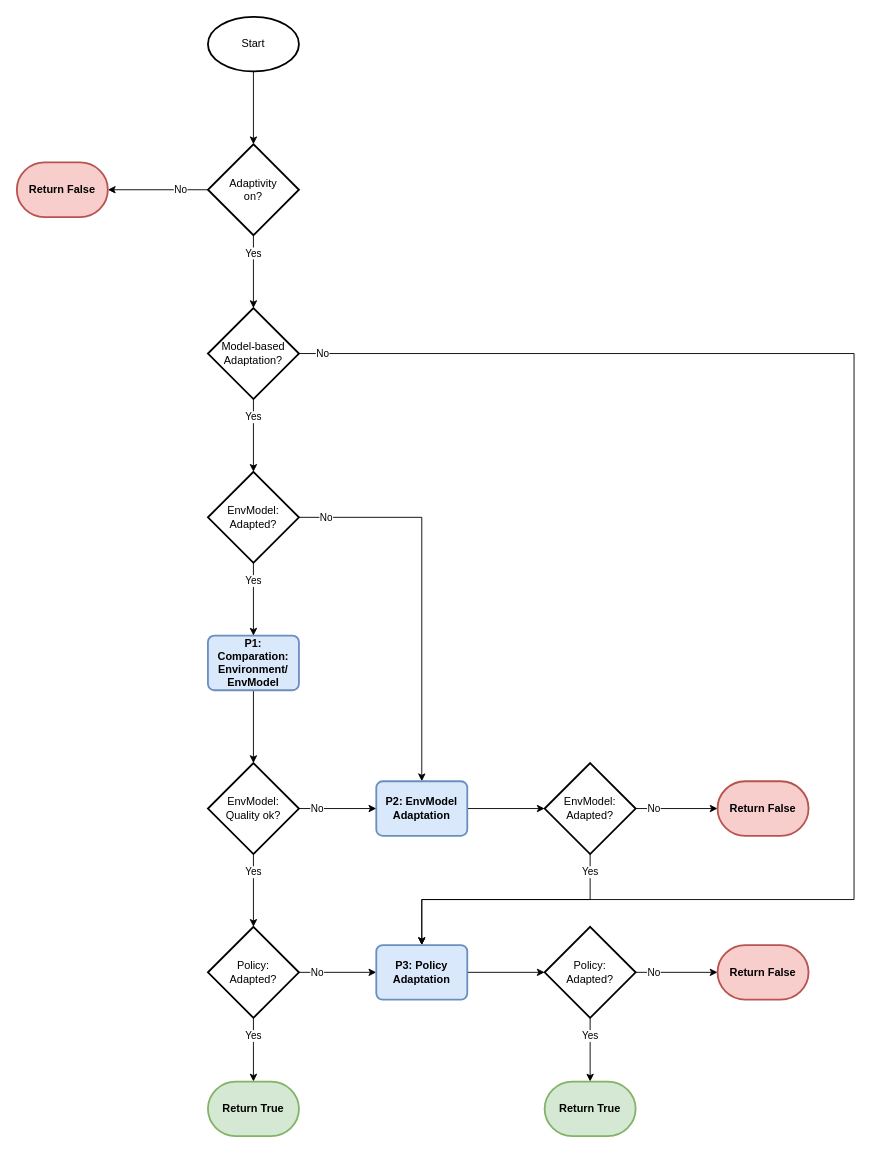
fhswf/MLPro keeps this draw.io diagram as doc/rl/flowchart agent-adapt.drawio. Above is the earlier version. Source tidied: cells renumbered, new cells numbered last; positions are measured from the earlier drawing's top-left corner, leaving out a move shared by most shapes. Both pictures are drawn from the tidied source at 91%, with x=0, y=0 at pixel (16, 16).
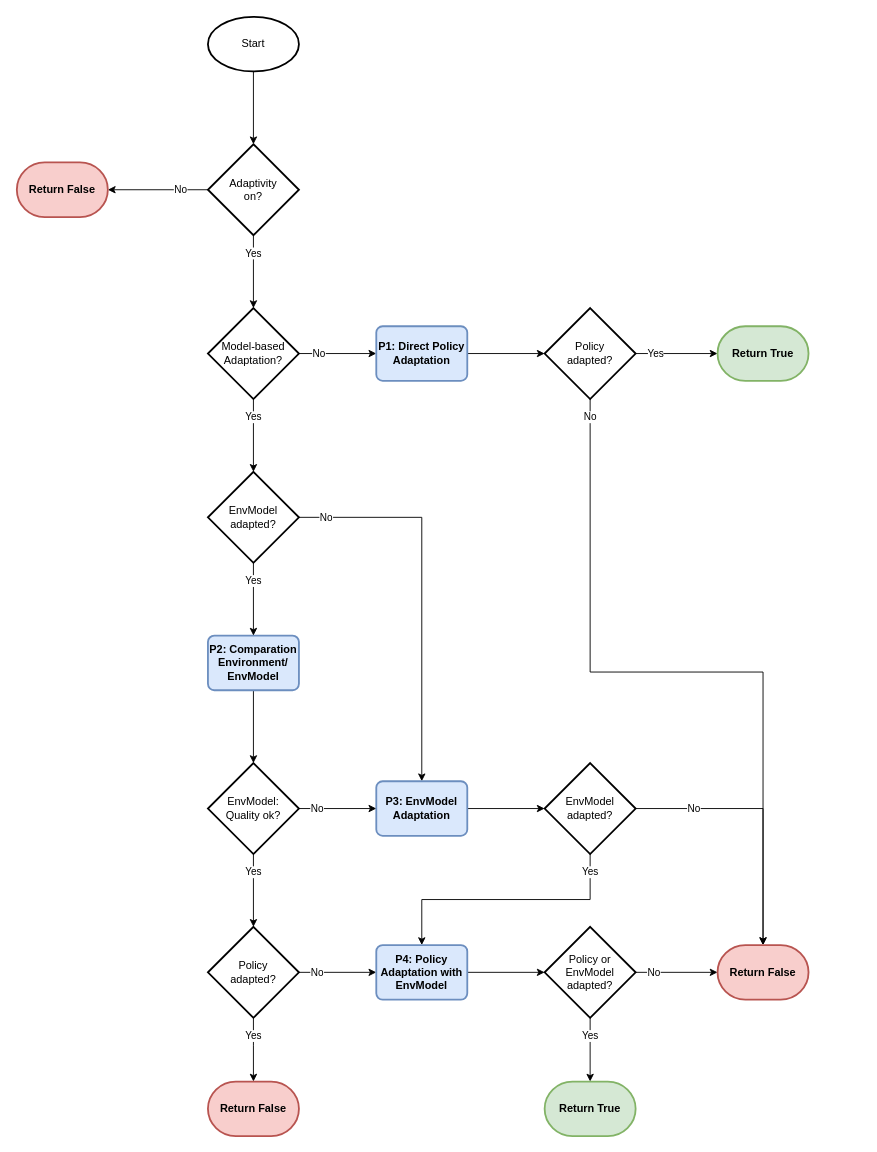
The same page after the edit.

The change refers to these unchanged cells:
```xml
<mxCell id="29" value="Return False" style="strokeWidth=2;html=1;shape=mxgraph.flowchart.terminator;whiteSpace=wrap;fillColor=#f8cecc;strokeColor=#b85450;fontStyle=1;" parent="1" vertex="1">
  <mxGeometry x="770" y="1020" width="100" height="60" as="geometry" />
</mxCell>
<mxCell id="35" value="Model-based&lt;br&gt;Adaptation?" style="strokeWidth=2;html=1;shape=mxgraph.flowchart.decision;whiteSpace=wrap;" parent="1" vertex="1">
  <mxGeometry x="210" y="320" width="100" height="100" as="geometry" />
</mxCell>
```

The edit, as a diff of the source:
```diff
@@
-    <mxCell id="9" value="P1: Comparation:&lt;br&gt;Environment/&lt;br&gt;EnvModel" style="rounded=1;whiteSpace=wrap;html=1;absoluteArcSize=1;arcSize=14;strokeWidth=2;fillColor=#dae8fc;strokeColor=#6c8ebf;fontStyle=1;" parent="1" vertex="1">
+    <mxCell id="9" value="P2: Comparation&lt;br&gt;Environment/&lt;br&gt;EnvModel" style="rounded=1;whiteSpace=wrap;html=1;absoluteArcSize=1;arcSize=14;strokeWidth=2;fillColor=#dae8fc;strokeColor=#6c8ebf;fontStyle=1;" parent="1" vertex="1">
       <mxGeometry x="210" y="680" width="100" height="60" as="geometry" />
     </mxCell>
@@
-    <mxCell id="12" value="EnvModel:&lt;br&gt;Adapted?" style="strokeWidth=2;html=1;shape=mxgraph.flowchart.decision;whiteSpace=wrap;" parent="1" vertex="1">
+    <mxCell id="12" value="EnvModel&lt;br&gt;adapted?" style="strokeWidth=2;html=1;shape=mxgraph.flowchart.decision;whiteSpace=wrap;" parent="1" vertex="1">
       <mxGeometry x="210" y="500" width="100" height="100" as="geometry" />
     </mxCell>
@@
-    <mxCell id="14" value="Yes" style="edgeStyle=orthogonalEdgeStyle;rounded=0;jettySize=auto;html=1;" parent="1" edge="1" source="15" target="26">
+    <mxCell id="14" value="Yes" style="edgeStyle=orthogonalEdgeStyle;rounded=0;jettySize=auto;html=1;" parent="1" edge="1" source="15">
       <mxGeometry x="-0.43" relative="1" as="geometry">
+        <mxPoint x="260" y="1170" as="targetPoint" />
         <Array as="points">
           <mxPoint x="260" y="1130" />
           <mxPoint x="260" y="1130" />
         </Array>
       </mxGeometry>
     </mxCell>
-    <mxCell id="15" value="Policy:&lt;br&gt;Adapted?" style="strokeWidth=2;html=1;shape=mxgraph.flowchart.decision;whiteSpace=wrap;" parent="1" vertex="1">
+    <mxCell id="15" value="Policy&lt;br&gt;adapted?" style="strokeWidth=2;html=1;shape=mxgraph.flowchart.decision;whiteSpace=wrap;" parent="1" vertex="1">
       <mxGeometry x="210" y="1000" width="100" height="100" as="geometry" />
     </mxCell>
-    <mxCell id="16" value="No" style="edgeStyle=orthogonalEdgeStyle;rounded=0;jettySize=auto;html=1;" parent="1" edge="1" source="18" target="27">
+    <mxCell id="16" value="No" style="edgeStyle=orthogonalEdgeStyle;rounded=0;jettySize=auto;html=1;entryX=0.5;entryY=0;entryDx=0;entryDy=0;entryPerimeter=0;" parent="1" edge="1" source="18" target="29">
       <mxGeometry x="-0.56" relative="1" as="geometry" />
     </mxCell>
@@
-    <mxCell id="18" value="EnvModel:&lt;br&gt;Adapted?" style="strokeWidth=2;html=1;shape=mxgraph.flowchart.decision;whiteSpace=wrap;" parent="1" vertex="1">
+    <mxCell id="18" value="EnvModel&lt;br&gt;adapted?" style="strokeWidth=2;html=1;shape=mxgraph.flowchart.decision;whiteSpace=wrap;" parent="1" vertex="1">
       <mxGeometry x="580" y="820" width="100" height="100" as="geometry" />
     </mxCell>
@@
-    <mxCell id="20" value="P2: EnvModel&lt;br&gt;Adaptation" style="rounded=1;whiteSpace=wrap;html=1;absoluteArcSize=1;arcSize=14;strokeWidth=2;fillColor=#dae8fc;strokeColor=#6c8ebf;fontStyle=1;" parent="1" vertex="1">
+    <mxCell id="20" value="P3: EnvModel&lt;br&gt;Adaptation" style="rounded=1;whiteSpace=wrap;html=1;absoluteArcSize=1;arcSize=14;strokeWidth=2;fillColor=#dae8fc;strokeColor=#6c8ebf;fontStyle=1;" parent="1" vertex="1">
       <mxGeometry x="395" y="840" width="100" height="60" as="geometry" />
     </mxCell>
@@
-    <mxCell id="22" value="P3: Policy Adaptation" style="rounded=1;whiteSpace=wrap;html=1;absoluteArcSize=1;arcSize=14;strokeWidth=2;fontStyle=1;fillColor=#dae8fc;strokeColor=#6c8ebf;" parent="1" vertex="1">
+    <mxCell id="22" value="P4: Policy Adaptation with EnvModel" style="rounded=1;whiteSpace=wrap;html=1;absoluteArcSize=1;arcSize=14;strokeWidth=2;fontStyle=1;fillColor=#dae8fc;strokeColor=#6c8ebf;" parent="1" vertex="1">
       <mxGeometry x="395" y="1020" width="100" height="60" as="geometry" />
     </mxCell>
@@
-    <mxCell id="25" value="Policy:&lt;br&gt;Adapted?" style="strokeWidth=2;html=1;shape=mxgraph.flowchart.decision;whiteSpace=wrap;" parent="1" vertex="1">
+    <mxCell id="25" value="Policy or EnvModel&lt;br&gt;adapted?" style="strokeWidth=2;html=1;shape=mxgraph.flowchart.decision;whiteSpace=wrap;" parent="1" vertex="1">
       <mxGeometry x="580" y="1000" width="100" height="100" as="geometry" />
     </mxCell>
-    <mxCell id="26" value="Return True" style="strokeWidth=2;html=1;shape=mxgraph.flowchart.terminator;whiteSpace=wrap;strokeColor=#82b366;fillColor=#d5e8d4;fontStyle=1;" parent="1" vertex="1">
-      <mxGeometry x="210" y="1170" width="100" height="60" as="geometry" />
-    </mxCell>
-    <mxCell id="27" value="Return False" style="strokeWidth=2;html=1;shape=mxgraph.flowchart.terminator;whiteSpace=wrap;fillColor=#f8cecc;strokeColor=#b85450;fontStyle=1;" parent="1" vertex="1">
-      <mxGeometry x="770" y="840" width="100" height="60" as="geometry" />
-    </mxCell>
@@
-    <mxCell id="33" value="Yes" style="edgeStyle=orthogonalEdgeStyle;rounded=0;jettySize=auto;html=1;" parent="1" edge="1" source="35" target="12">
+    <mxCell id="33" value="Yes" style="edgeStyle=orthogonalEdgeStyle;rounded=0;jettySize=auto;html=1;exitX=0.5;exitY=1;exitDx=0;exitDy=0;exitPerimeter=0;" parent="1" edge="1" source="35" target="12">
       <mxGeometry x="-0.5" relative="1" as="geometry" />
     </mxCell>
-    <mxCell id="34" value="No" style="edgeStyle=orthogonalEdgeStyle;rounded=0;jettySize=auto;html=1;entryX=0.5;entryY=0;entryDx=0;entryDy=0;" parent="1" edge="1" source="35" target="22">
-      <mxGeometry x="-0.97" relative="1" as="geometry">
-        <Array as="points">
-          <mxPoint x="920" y="370" />
-          <mxPoint x="920" y="970" />
-          <mxPoint x="445" y="970" />
-        </Array>
-      </mxGeometry>
-    </mxCell>
+    <mxCell id="36" value="No" style="edgeStyle=orthogonalEdgeStyle;rounded=0;jettySize=auto;html=1;" parent="1" edge="1" source="35" target="38">
+      <mxGeometry x="-0.48" relative="1" as="geometry" />
+    </mxCell>
@@
+    <mxCell id="27" value="Return False" style="strokeWidth=2;html=1;shape=mxgraph.flowchart.terminator;whiteSpace=wrap;fillColor=#f8cecc;strokeColor=#b85450;fontStyle=1;" parent="1" vertex="1">
+      <mxGeometry x="210" y="1170" width="100" height="60" as="geometry" />
+    </mxCell>
+    <mxCell id="37" style="edgeStyle=orthogonalEdgeStyle;rounded=0;jettySize=auto;html=1;" parent="1" edge="1" source="38" target="41">
+      <mxGeometry relative="1" as="geometry" />
+    </mxCell>
+    <mxCell id="38" value="P1: Direct Policy Adaptation" style="rounded=1;whiteSpace=wrap;html=1;absoluteArcSize=1;arcSize=14;strokeWidth=2;fontStyle=1;fillColor=#dae8fc;strokeColor=#6c8ebf;" parent="1" vertex="1">
+      <mxGeometry x="395" y="340" width="100" height="60" as="geometry" />
+    </mxCell>
+    <mxCell id="39" value="Yes" style="edgeStyle=orthogonalEdgeStyle;rounded=0;jettySize=auto;html=1;" parent="1" edge="1" source="41" target="26">
+      <mxGeometry x="-0.51" relative="1" as="geometry" />
+    </mxCell>
+    <mxCell id="40" value="No" style="edgeStyle=orthogonalEdgeStyle;rounded=0;jettySize=auto;html=1;entryX=0.5;entryY=0;entryDx=0;entryDy=0;entryPerimeter=0;exitX=0.5;exitY=1;exitDx=0;exitDy=0;exitPerimeter=0;" parent="1" edge="1" source="41" target="29">
+      <mxGeometry x="-0.95" relative="1" as="geometry" />
+    </mxCell>
+    <mxCell id="41" value="Policy &lt;br&gt;adapted?" style="strokeWidth=2;html=1;shape=mxgraph.flowchart.decision;whiteSpace=wrap;" parent="1" vertex="1">
+      <mxGeometry x="580" y="320" width="100" height="100" as="geometry" />
+    </mxCell>
+    <mxCell id="26" value="Return True" style="strokeWidth=2;html=1;shape=mxgraph.flowchart.terminator;whiteSpace=wrap;strokeColor=#82b366;fillColor=#d5e8d4;fontStyle=1;" parent="1" vertex="1">
+      <mxGeometry x="770" y="340" width="100" height="60" as="geometry" />
+    </mxCell>
```
